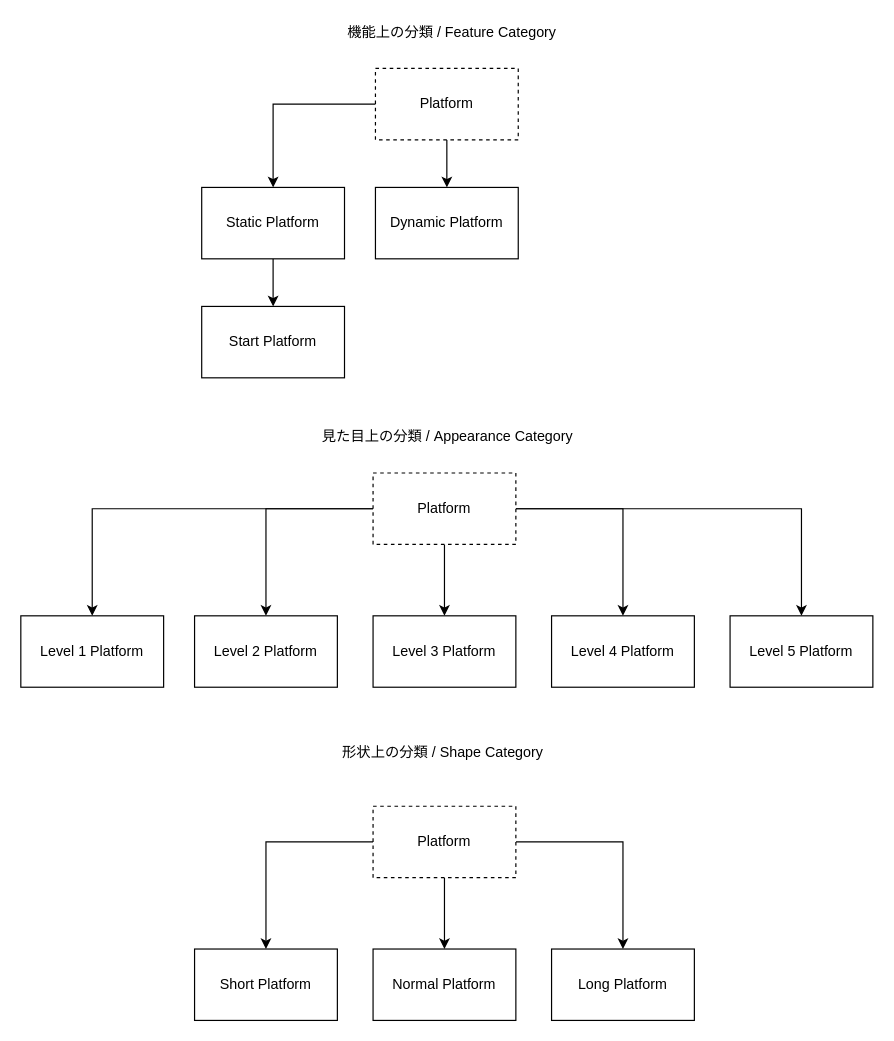
JiaChen-Zeng/PRNL-Alpha01 keeps this draw.io diagram as page "Platform 分類の構造" (1 of 2) of Artifacts/PA01.drawio. Above is the earlier version. Source tidied: cells renumbered, new cells numbered last; positions are measured from the earlier drawing's top-left corner, leaving out a move shared by most shapes. Both pictures are drawn from the tidied source at 119%, with x=0, y=0 at pixel (20, 20).
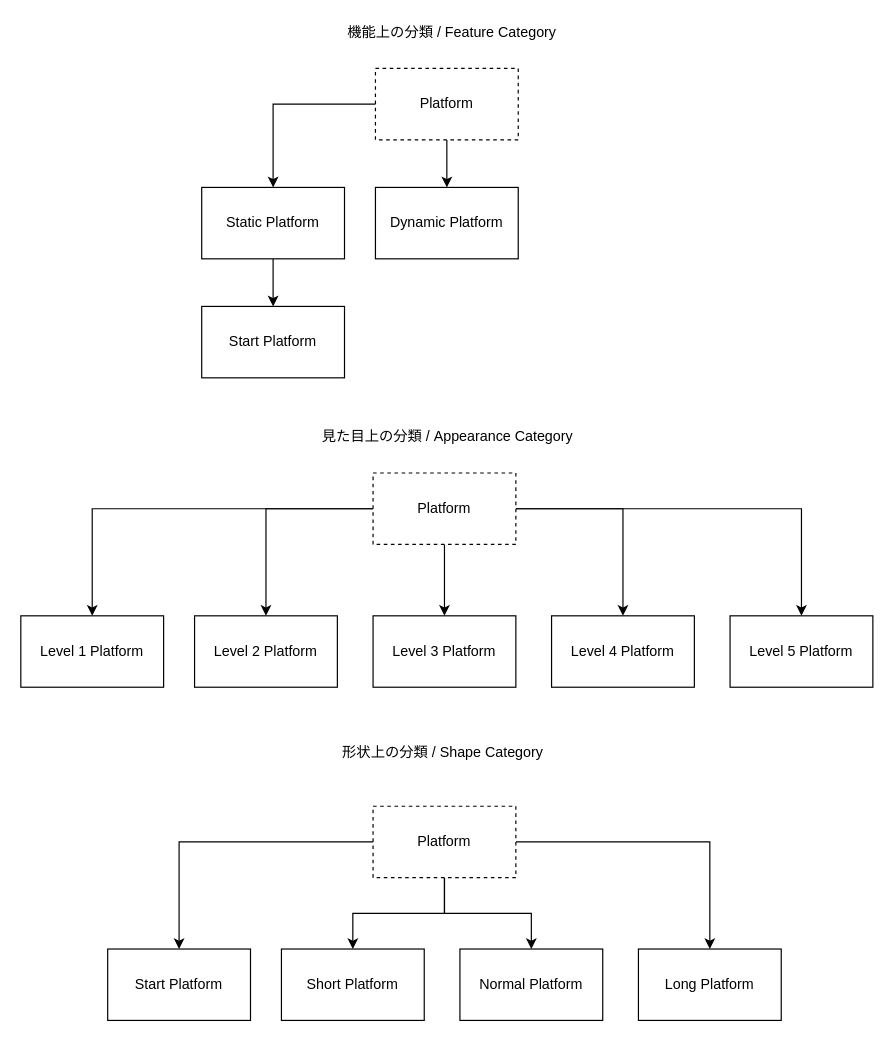
Above is the later version.

Commit message:
CHORE: プラットフォームの形状の分類でもスタートプラットフォームがある

The change refers to these unchanged cells:
```xml
<mxCell id="26" value="Platform" style="rounded=0;whiteSpace=wrap;html=1;dashed=1;" parent="1" vertex="1">
  <mxGeometry x="296" y="660" width="120" height="60" as="geometry" />
</mxCell>
```

Diff of the diagram source:
```diff
@@
     <mxCell id="22" value="Short Platform" style="rounded=0;whiteSpace=wrap;html=1;" parent="1" vertex="1">
-      <mxGeometry x="146" y="780" width="120" height="60" as="geometry" />
+      <mxGeometry x="219" y="780" width="120" height="60" as="geometry" />
     </mxCell>
@@
+    <mxCell id="30" style="edgeStyle=orthogonalEdgeStyle;rounded=0;jettySize=auto;html=1;endArrow=classic;endFill=1;strokeColor=default;" parent="1" edge="1" source="26" target="31">
+      <mxGeometry relative="1" as="geometry" />
+    </mxCell>
@@
     <mxCell id="27" value="Normal Platform" style="rounded=0;whiteSpace=wrap;html=1;" parent="1" vertex="1">
-      <mxGeometry x="296" y="780" width="120" height="60" as="geometry" />
+      <mxGeometry x="369" y="780" width="120" height="60" as="geometry" />
     </mxCell>
     <mxCell id="28" value="Long Platform" style="rounded=0;whiteSpace=wrap;html=1;" parent="1" vertex="1">
-      <mxGeometry x="446" y="780" width="120" height="60" as="geometry" />
+      <mxGeometry x="519" y="780" width="120" height="60" as="geometry" />
     </mxCell>
@@
+    <mxCell id="31" value="Start Platform" style="rounded=0;whiteSpace=wrap;html=1;" parent="1" vertex="1">
+      <mxGeometry x="73" y="780" width="120" height="60" as="geometry" />
+    </mxCell>
```
